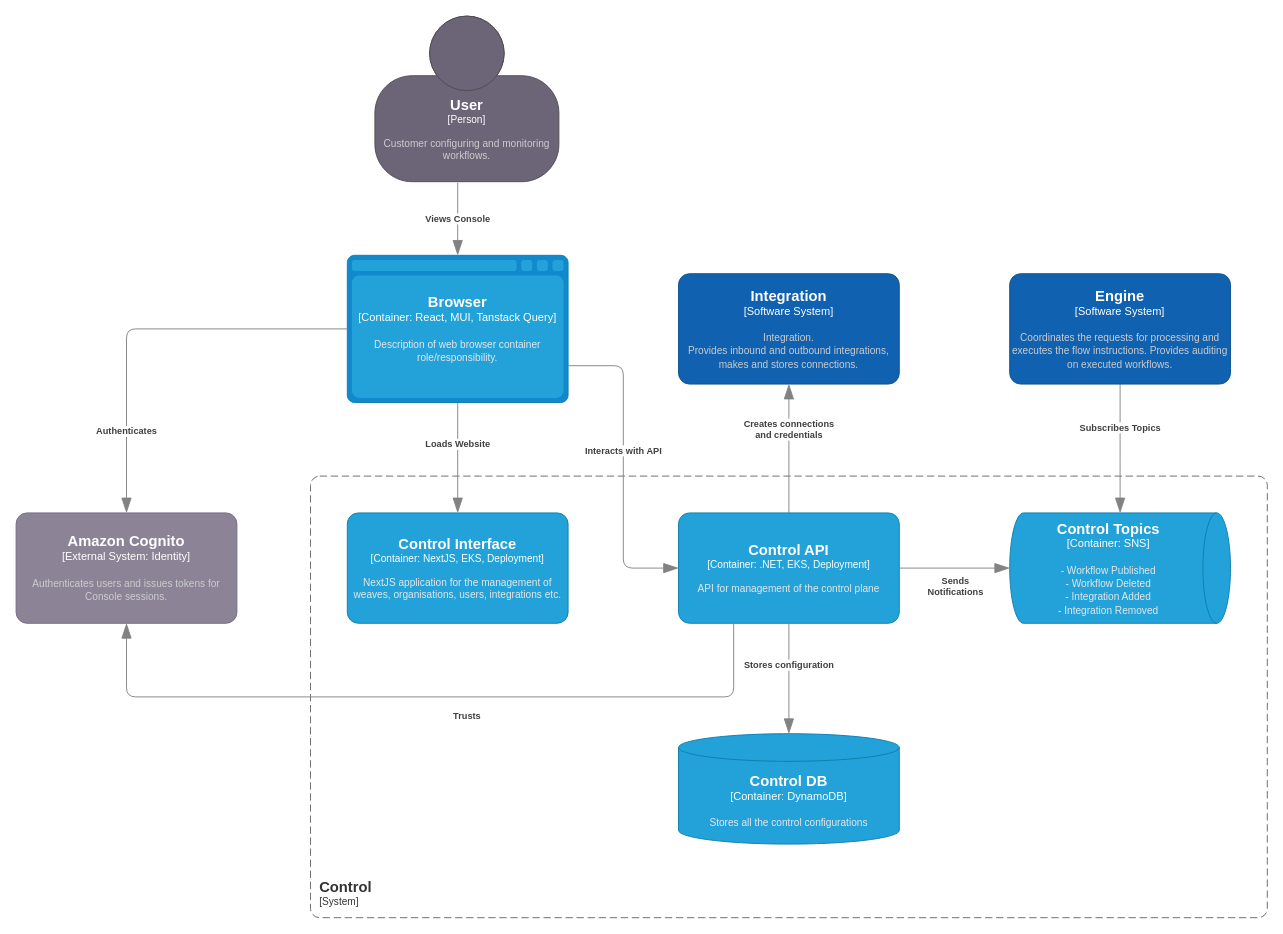
Earlier version of the draw.io diagram page "system-console" (2 of 4) of documentation/weaveng.drawio (dansaltmer/weaveng.io). Source tidied: cells renumbered, new cells numbered last; positions are measured from the earlier drawing's top-left corner, leaving out a move shared by most shapes. Both pictures are drawn from the tidied source at 92%, with x=0, y=0 at pixel (16, 16).
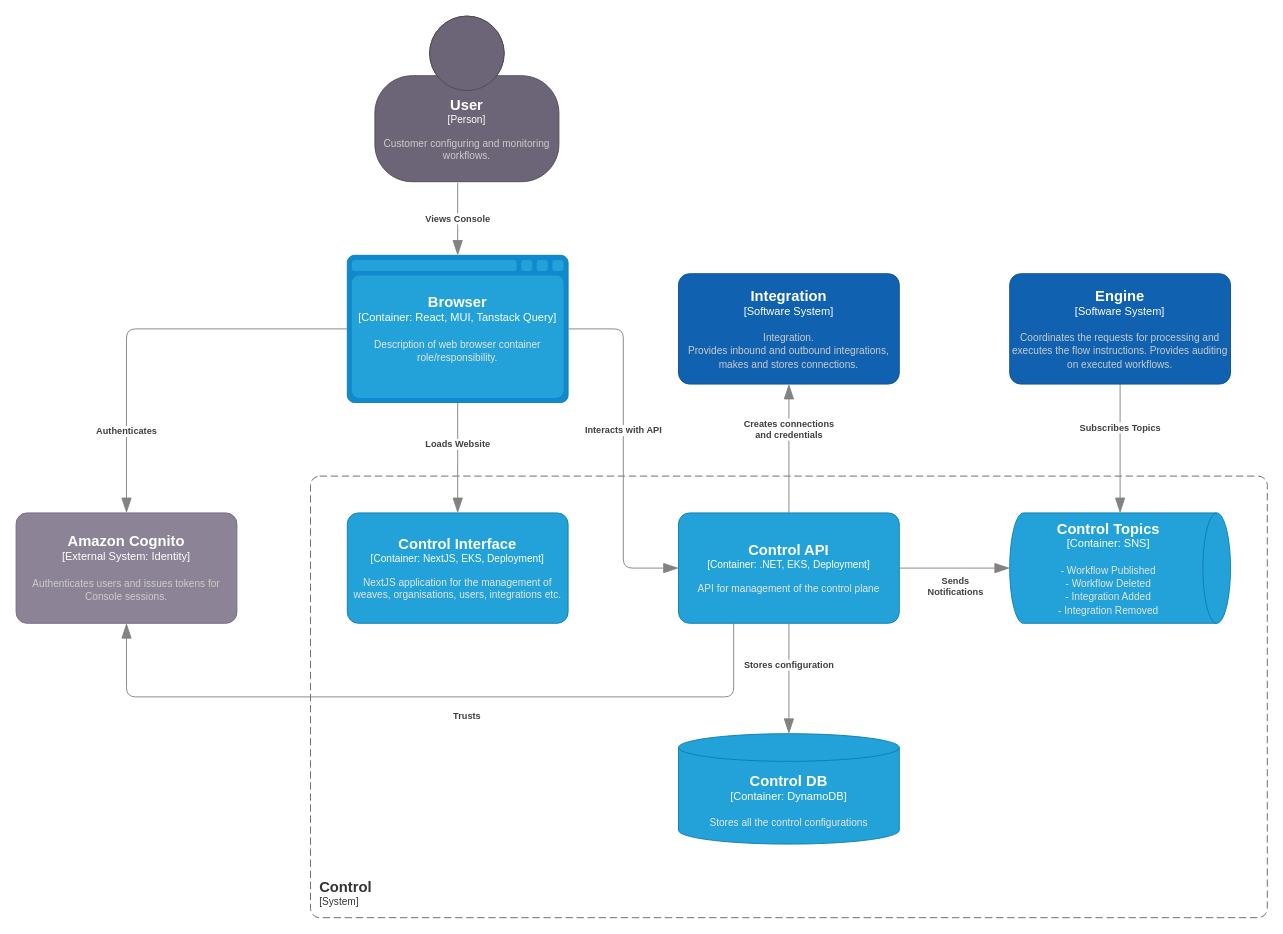
The same page after the edit.

Unchanged cells that the change refers to:
```xml
<object id="8" label="&lt;font style=&quot;font-size: 16px&quot;&gt;&lt;b&gt;%c4Name%&lt;/b&gt;&lt;/font&gt;&lt;div&gt;[%c4Type%:&amp;nbsp;%c4Technology%]&lt;/div&gt;&lt;br&gt;&lt;div&gt;&lt;font style=&quot;font-size: 11px&quot;&gt;&lt;font color=&quot;#E6E6E6&quot;&gt;%c4Description%&lt;/font&gt;&lt;/div&gt;" c4Description="Description of web browser container role/responsibility." c4Name="Browser" c4Technology="React, MUI, Tanstack Query" c4Type="Container" placeholders="1">
  <mxCell style="shape=mxgraph.c4.webBrowserContainer2;whiteSpace=wrap;html=1;boundedLbl=1;rounded=0;labelBackgroundColor=none;strokeColor=#118ACD;fillColor=#23A2D9;strokeColor=#118ACD;strokeColor2=#0E7DAD;fontSize=12;fontColor=#ffffff;align=center;points=[[0.5,0,0],[1,0.25,0],[1,0.5,0],[1,0.75,0],[0.5,1,0],[0,0.75,0],[0,0.5,0],[0,0.25,0]];" parent="1" vertex="1">
    <mxGeometry x="360" y="260" width="240" height="160" as="geometry" />
  </mxCell>
</object>
<object id="9" label="&lt;font style=&quot;font-size: 16px&quot;&gt;&lt;b&gt;%c4Name%&lt;/b&gt;&lt;/font&gt;&lt;div&gt;[%c4Type%: %c4Technology%]&lt;/div&gt;&lt;br&gt;&lt;div&gt;&lt;font style=&quot;font-size: 11px&quot;&gt;&lt;font color=&quot;#E6E6E6&quot;&gt;%c4Description%&lt;/font&gt;&lt;/div&gt;" c4Description="API for management of the control plane" c4Name="Control API" c4Technology=".NET, EKS, Deployment" c4Type="Container" placeholders="1">
  <mxCell style="rounded=1;whiteSpace=wrap;html=1;fontSize=11;labelBackgroundColor=none;fillColor=#23A2D9;fontColor=#ffffff;align=center;arcSize=10;strokeColor=#0E7DAD;points=[[0.25,0,0],[0.5,0,0],[0.75,0,0],[1,0.25,0],[1,0.5,0],[1,0.75,0],[0.75,1,0],[0.5,1,0],[0.25,1,0],[0,0.75,0],[0,0.5,0],[0,0.25,0]];" parent="1" vertex="1">
    <mxGeometry x="720" y="540" width="240" height="120" as="geometry" />
  </mxCell>
</object>
```

What changed in the source:
```diff
@@
     <object id="10" label="&lt;div style=&quot;text-align: center&quot;&gt;&lt;b&gt;%c4Description%&lt;/b&gt;&lt;/div&gt;" c4Description="Interacts with API" placeholders="1">
-      <mxCell style="endArrow=blockThin;html=1;fontSize=10;fontColor=#404040;strokeWidth=1;endFill=1;strokeColor=#828282;endSize=14;startSize=14;rounded=1;edgeStyle=orthogonalEdgeStyle;exitX=1;exitY=0.75;exitDx=0;exitDy=0;exitPerimeter=0;entryX=0;entryY=0.5;entryDx=0;entryDy=0;entryPerimeter=0;libavoidRouting=1;" parent="1" edge="1" source="8" target="9">
+      <mxCell style="endArrow=blockThin;html=1;fontSize=10;fontColor=#404040;strokeWidth=1;endFill=1;strokeColor=#828282;endSize=14;startSize=14;rounded=1;edgeStyle=orthogonalEdgeStyle;exitX=1;exitY=0.5;exitDx=0;exitDy=0;exitPerimeter=0;entryX=0;entryY=0.5;entryDx=0;entryDy=0;entryPerimeter=0;libavoidRouting=1;" parent="1" edge="1" source="8" target="9">
         <mxGeometry x="-0.1" relative="1" as="geometry">
           <Array as="points">
-            <mxPoint x="660" y="379.9" />
+            <mxPoint x="660" y="340.1" />
             <mxPoint x="660" y="600" />
           </Array>
           <mxPoint y="-1" as="offset" />
         </mxGeometry>
       </mxCell>
     </object>
```
